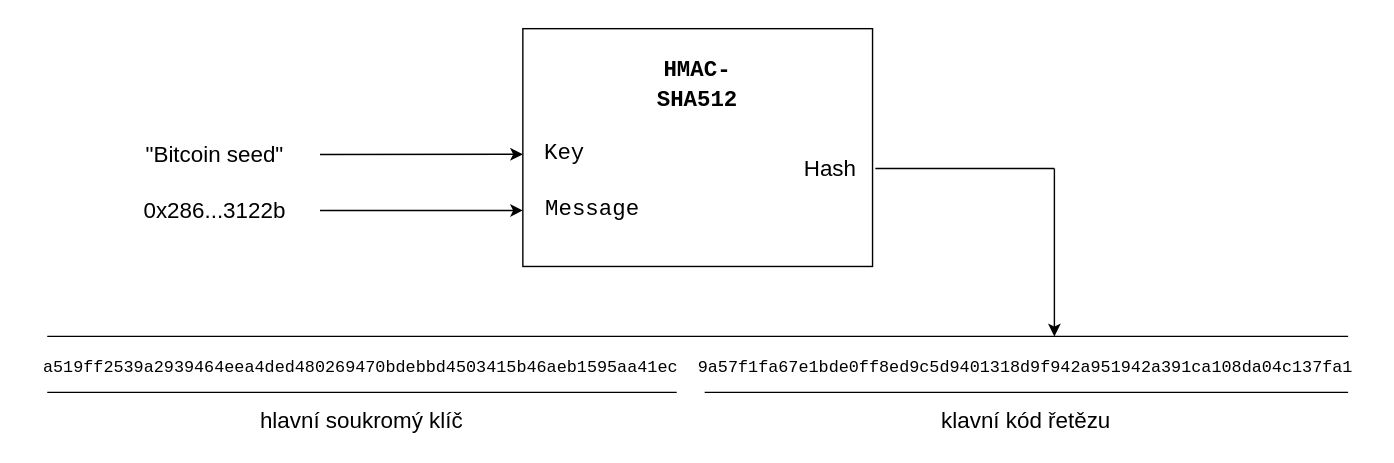
Above: img/xkey.svg in iWarpBTC/iWarpBTC.github.io (draw.io), before the change. Source tidied: cells renumbered, new cells last; positions are measured from the earlier drawing's top-left corner, leaving out a move shared by most shapes.
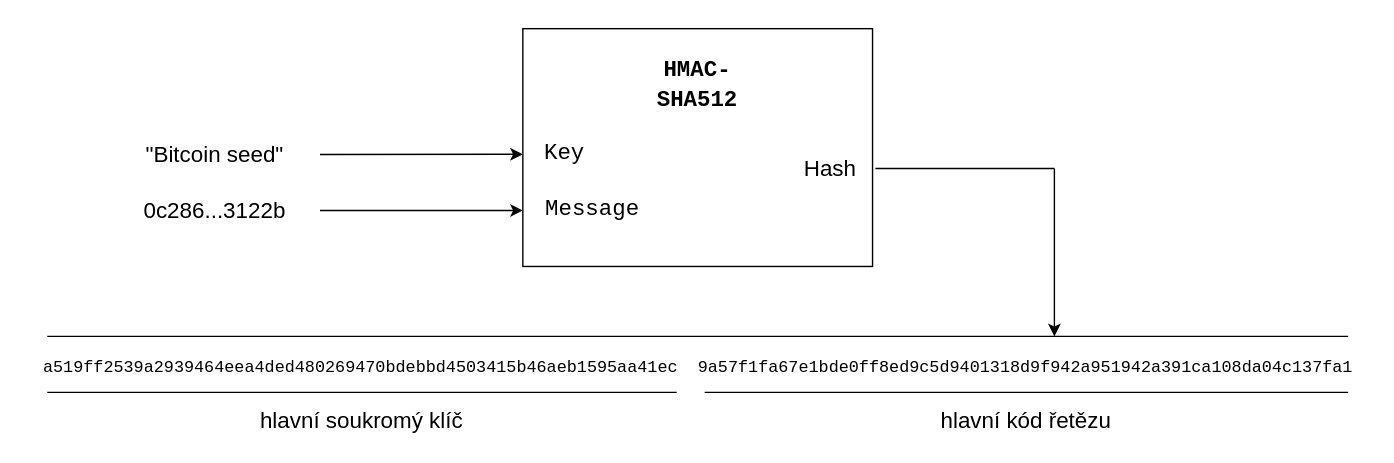
After the change.

Change to the diagram source:
```diff
@@ -33,7 +33,7 @@
     <mxCell id="9" value="&quot;Bitcoin seed&quot;" style="text;html=1;strokeColor=none;fillColor=none;align=center;verticalAlign=middle;whiteSpace=wrap;rounded=0;labelBackgroundColor=none;fontSize=16;fontColor=#000000;" parent="1" vertex="1">
       <mxGeometry x="57" y="80" width="150" height="20" as="geometry" />
     </mxCell>
-    <mxCell id="10" value="0x286...3122b" style="text;html=1;strokeColor=none;fillColor=none;align=center;verticalAlign=middle;whiteSpace=wrap;rounded=0;labelBackgroundColor=none;fontSize=16;fontColor=#000000;" parent="1" vertex="1">
+    <mxCell id="10" value="0c286...3122b" style="text;html=1;strokeColor=none;fillColor=none;align=center;verticalAlign=middle;whiteSpace=wrap;rounded=0;labelBackgroundColor=none;fontSize=16;fontColor=#000000;" parent="1" vertex="1">
       <mxGeometry x="57" y="120" width="150" height="20" as="geometry" />
     </mxCell>
     <mxCell id="11" value="&lt;font style=&quot;font-size: 12px&quot; face=&quot;Courier&quot;&gt;a519ff2539a2939464eea4ded480269470bdebbd4503415b46aeb1595aa41ec&amp;nbsp; 9a57f1fa67e1bde0ff8ed9c5d9401318d9f942a951942a391ca108da04c137fa1&lt;/font&gt;" style="text;html=1;strokeColor=none;fillColor=none;align=center;verticalAlign=middle;whiteSpace=wrap;rounded=0;labelBackgroundColor=none;fontSize=16;fontColor=#000000;" parent="1" vertex="1">
@@ -66,7 +66,7 @@
         <mxPoint x="942" y="260" as="targetPoint" />
       </mxGeometry>
     </mxCell>
-    <mxCell id="17" value="klavní kód řetězu" style="text;html=1;strokeColor=none;fillColor=none;align=center;verticalAlign=middle;whiteSpace=wrap;rounded=0;labelBackgroundColor=none;fontSize=16;fontColor=#000000;" parent="1" vertex="1">
+    <mxCell id="17" value="hlavní kód řetězu" style="text;html=1;strokeColor=none;fillColor=none;align=center;verticalAlign=middle;whiteSpace=wrap;rounded=0;labelBackgroundColor=none;fontSize=16;fontColor=#000000;" parent="1" vertex="1">
       <mxGeometry x="482" y="270" width="460" height="20" as="geometry" />
     </mxCell>
     <mxCell id="18" style="endArrow=none;html=1;fontSize=16;fontColor=#000000;" parent="1" edge="1">
```
